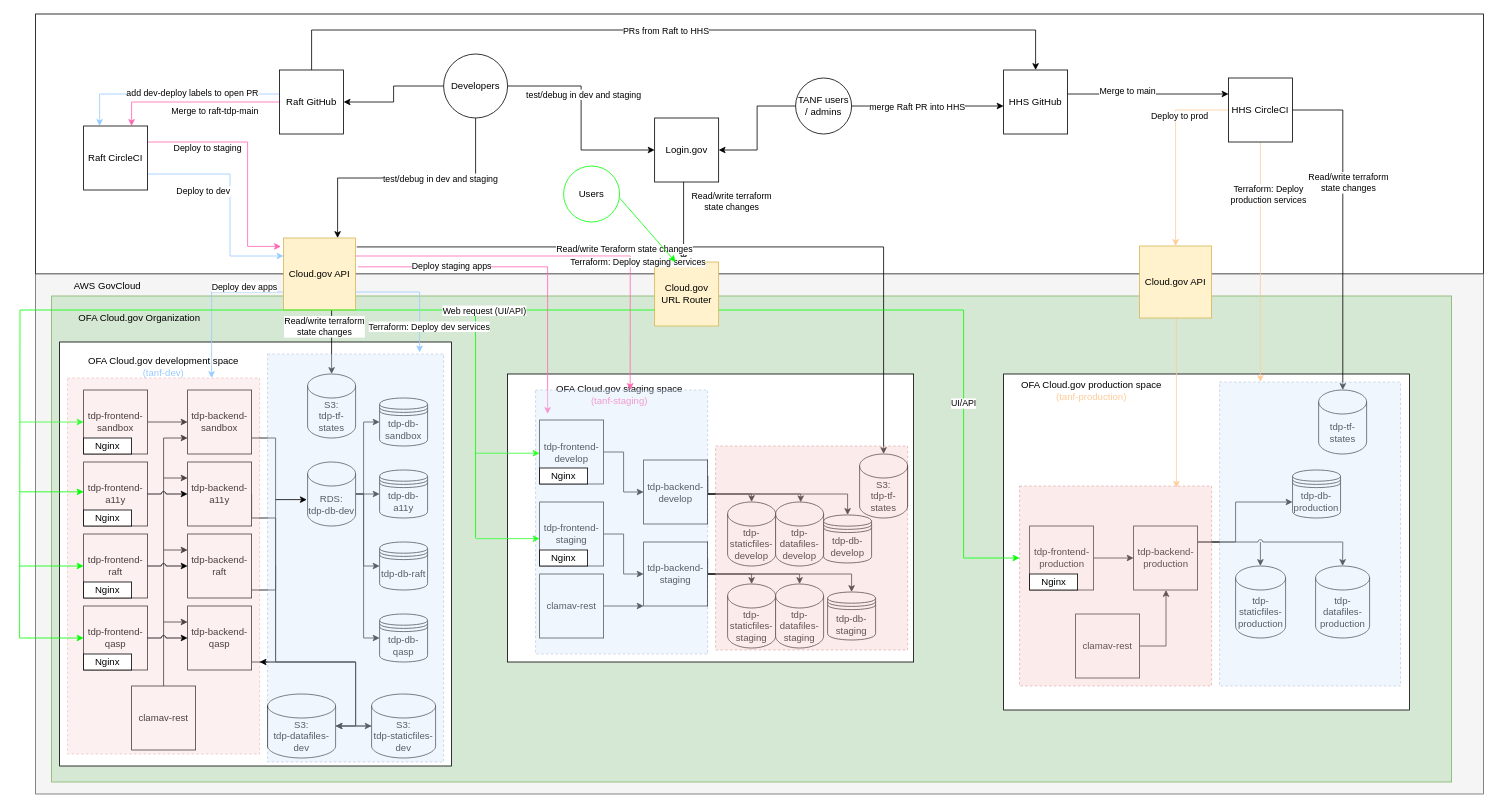
This is docs/Technical-Documentation/diagrams/tdp-environments.drawio from HHS/TANF-app, a draw.io file, before an edit. Source tidied: cells renumbered, new cells numbered last; positions are measured from the earlier drawing's top-left corner, leaving out a move shared by most shapes. Both pictures are drawn from the tidied source at 80%, with x=0, y=0 at pixel (19, 14).
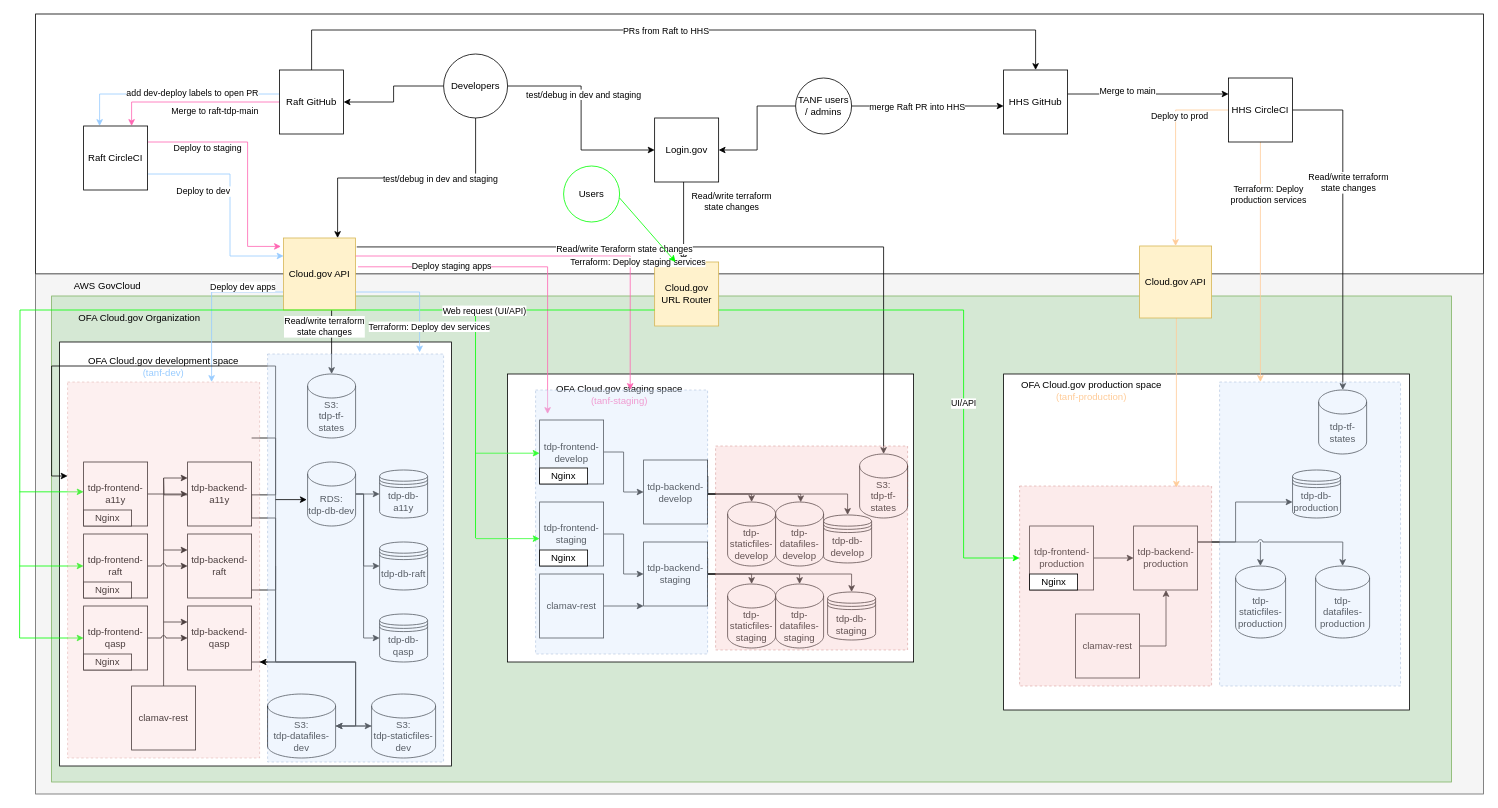
After the change.

Unchanged cells that the change refers to:
```xml
<mxCell id="38" value="S3:&lt;br&gt;tdp-datafiles-dev" style="shape=cylinder3;whiteSpace=wrap;html=1;boundedLbl=1;backgroundOutline=1;size=15;" parent="1" vertex="1">
  <mxGeometry x="310" y="850" width="85" height="80" as="geometry" />
</mxCell>
<mxCell id="48" value="tdp-backend-a11y" style="whiteSpace=wrap;html=1;" parent="1" vertex="1">
  <mxGeometry x="210" y="560" width="80" height="80" as="geometry" />
</mxCell>
<mxCell id="102" value="clamav-rest" style="whiteSpace=wrap;html=1;" parent="1" vertex="1">
  <mxGeometry x="140" y="840" width="80" height="80" as="geometry" />
</mxCell>
```

Change to the diagram source:
```diff
@@
-    <mxCell id="39" style="edgeStyle=orthogonalEdgeStyle;rounded=0;jettySize=auto;html=1;entryX=0;entryY=0.5;entryDx=0;entryDy=0;" parent="1" edge="1" source="40" target="43">
-      <mxGeometry relative="1" as="geometry" />
-    </mxCell>
-    <mxCell id="40" value="tdp-frontend-sandbox" style="whiteSpace=wrap;html=1;" parent="1" vertex="1">
-      <mxGeometry x="80" y="470" width="80" height="80" as="geometry" />
-    </mxCell>
-    <mxCell id="41" style="edgeStyle=none;rounded=0;jettySize=auto;html=1;endArrow=classic;endFill=1;exitX=1;exitY=0.5;exitDx=0;exitDy=0;" parent="1" edge="1" target="100">
-      <mxGeometry relative="1" as="geometry">
-        <mxPoint x="420" y="600" as="sourcePoint" />
-        <Array as="points">
-          <mxPoint x="430" y="600" />
-          <mxPoint x="430" y="510" />
-        </Array>
-      </mxGeometry>
-    </mxCell>
-    <mxCell id="42" style="edgeStyle=orthogonalEdgeStyle;rounded=0;jettySize=auto;html=1;exitX=1;exitY=0.75;exitDx=0;exitDy=0;entryX=1;entryY=0.5;entryDx=0;entryDy=0;entryPerimeter=0;endArrow=classic;endFill=1;" parent="1" edge="1" source="43" target="38">
+    <mxCell id="42" style="edgeStyle=orthogonalEdgeStyle;rounded=0;jettySize=auto;html=1;exitX=1;exitY=0.75;exitDx=0;exitDy=0;entryX=1;entryY=0.5;entryDx=0;entryDy=0;entryPerimeter=0;endArrow=classic;endFill=1;" parent="1" edge="1" target="38">
       <mxGeometry relative="1" as="geometry">
+        <mxPoint x="290" y="530" as="sourcePoint" />
         <Array as="points">
           <mxPoint x="320" y="530" />
           <mxPoint x="320" y="810" />
           <mxPoint x="420" y="810" />
           <mxPoint x="420" y="890" />
         </Array>
       </mxGeometry>
     </mxCell>
-    <mxCell id="43" value="tdp-backend-sandbox" style="whiteSpace=wrap;html=1;" parent="1" vertex="1">
-      <mxGeometry x="210" y="470" width="80" height="80" as="geometry" />
-    </mxCell>
@@
-    <mxCell id="46" style="edgeStyle=orthogonalEdgeStyle;rounded=0;jettySize=auto;html=1;exitX=0;exitY=0.25;exitDx=0;exitDy=0;endArrow=none;endFill=0;startArrow=classic;startFill=1;" parent="1" edge="1" source="48">
+    <mxCell id="46" style="edgeStyle=orthogonalEdgeStyle;rounded=0;jettySize=auto;html=1;exitX=0;exitY=0.25;exitDx=0;exitDy=0;endArrow=none;endFill=0;startArrow=classic;startFill=1;" parent="1" edge="1" source="110">
       <mxGeometry relative="1" as="geometry">
         <mxPoint x="180" y="580.1" as="targetPoint" />
       </mxGeometry>
     </mxCell>
@@
-    <mxCell id="100" value="tdp-db-sandbox" style="shape=datastore;whiteSpace=wrap;html=1;strokeColor=#000000;fillColor=#ffffff;gradientColor=none;" parent="1" vertex="1">
-      <mxGeometry x="450" y="480" width="60" height="60" as="geometry" />
-    </mxCell>
-    <mxCell id="101" style="edgeStyle=orthogonalEdgeStyle;rounded=0;jettySize=auto;html=1;endArrow=classic;endFill=1;entryX=0;entryY=0.75;entryDx=0;entryDy=0;" parent="1" edge="1" source="102" target="43">
+    <mxCell id="101" style="edgeStyle=orthogonalEdgeStyle;rounded=0;jettySize=auto;html=1;endArrow=classic;endFill=1;" parent="1" edge="1" source="102">
       <mxGeometry relative="1" as="geometry">
+        <mxPoint x="210" y="580" as="targetPoint" />
         <Array as="points">
-          <mxPoint x="180" y="530" />
+          <mxPoint x="180" y="580" />
+          <mxPoint x="210" y="580" />
         </Array>
       </mxGeometry>
     </mxCell>
@@
-    <mxCell id="110" style="rounded=0;whiteSpace=wrap;html=1;dashed=1;fillColor=#f8cecc;strokeColor=#b85450;opacity=30;" parent="1" vertex="1">
-      <mxGeometry x="60" y="455" width="240" height="470" as="geometry" />
-    </mxCell>
@@
-    <mxCell id="140" style="endArrow=classic;html=1;rounded=0;jumpSize=1;strokeColor=#33FF33;" parent="1" edge="1">
-      <mxGeometry relative="1" as="geometry">
-        <mxPoint y="510" as="sourcePoint" />
-        <mxPoint x="80" y="510" as="targetPoint" />
-      </mxGeometry>
-    </mxCell>
@@
-    <mxCell id="154" value="Nginx" style="rounded=0;whiteSpace=wrap;html=1;" parent="1" vertex="1">
-      <mxGeometry x="80" y="530" width="60" height="20" as="geometry" />
-    </mxCell>
@@
+    <mxCell id="110" style="rounded=0;whiteSpace=wrap;html=1;dashed=1;fillColor=#f8cecc;strokeColor=#b85450;opacity=30;" parent="1" vertex="1">
+      <mxGeometry x="60" y="460" width="240" height="470" as="geometry" />
+    </mxCell>
```
